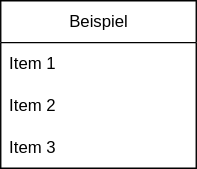
Above: docs/diagramms/Datenbank.drawio.svg in AE12-Projekt-Gruppe-7/EvalPro (draw.io), before the change. Source tidied: cells renumbered, new cells last; positions are measured from the earlier drawing's top-left corner, leaving out a move shared by most shapes. Its diagram source:
```xml
<mxGraphModel>
  <root>
    <mxCell id="0" />
    <mxCell id="1" parent="0" />
    <mxCell id="2" value="Beispiel" style="swimlane;fontStyle=0;horizontal=1;startSize=30;whiteSpace=wrap;html=1;" parent="1" vertex="1">
      <mxGeometry width="140" height="120" as="geometry" />
    </mxCell>
    <mxCell id="3" value="Item 1" style="text;strokeColor=none;fillColor=none;align=left;verticalAlign=middle;spacingLeft=4;spacingRight=4;overflow=hidden;whiteSpace=wrap;html=1;" parent="2" vertex="1">
      <mxGeometry y="30" width="140" height="30" as="geometry" />
    </mxCell>
    <mxCell id="4" value="Item 2" style="text;strokeColor=none;fillColor=none;align=left;verticalAlign=middle;spacingLeft=4;spacingRight=4;overflow=hidden;points=[[0,0.5],[1,0.5]];portConstraint=eastwest;whiteSpace=wrap;html=1;" parent="2" vertex="1">
      <mxGeometry y="60" width="140" height="30" as="geometry" />
    </mxCell>
    <mxCell id="5" value="Item 3" style="text;strokeColor=none;fillColor=none;align=left;verticalAlign=middle;spacingLeft=4;spacingRight=4;overflow=hidden;whiteSpace=wrap;html=1;" parent="2" vertex="1">
      <mxGeometry y="90" width="140" height="30" as="geometry" />
    </mxCell>
  </root>
</mxGraphModel>
```
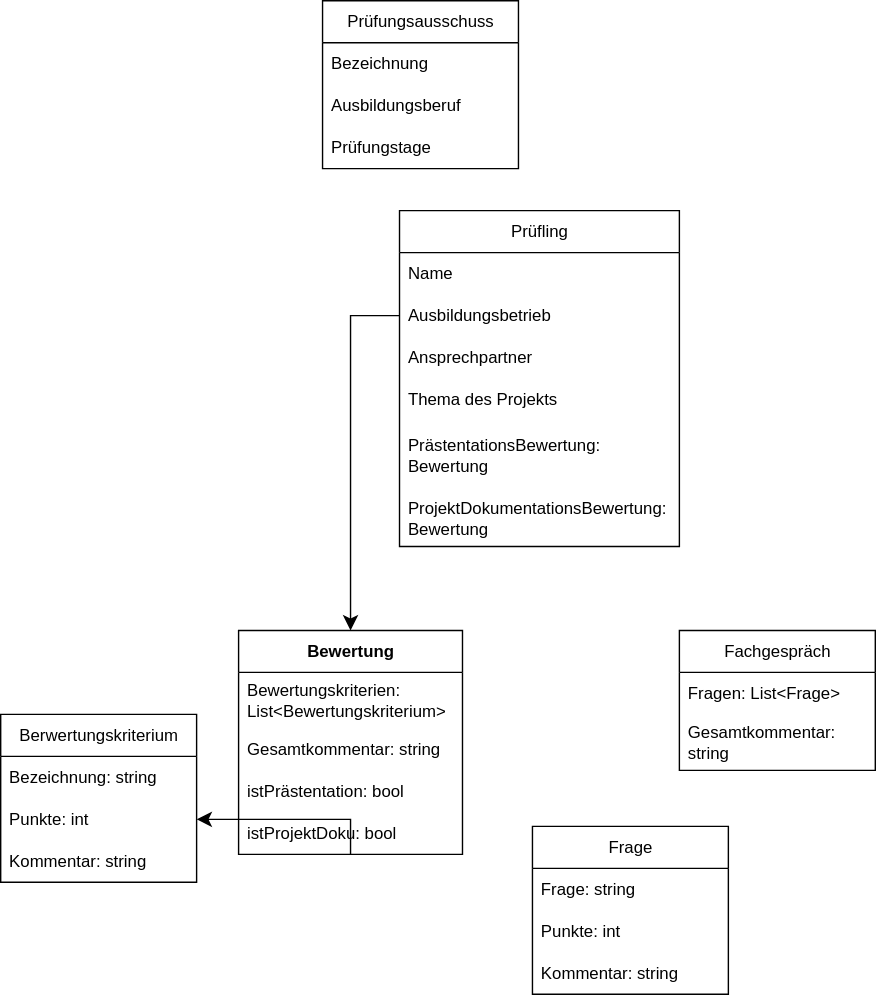
The same diagram one commit later.

What changed in the source:
```diff
@@ -2,17 +2,100 @@
   <root>
     <mxCell id="0" />
     <mxCell id="1" parent="0" />
-    <mxCell id="2" value="Beispiel" style="swimlane;fontStyle=0;horizontal=1;startSize=30;whiteSpace=wrap;html=1;" parent="1" vertex="1">
-      <mxGeometry width="140" height="120" as="geometry" />
+    <mxCell id="2" value="Prüfling" style="swimlane;fontStyle=0;horizontal=1;startSize=30;whiteSpace=wrap;html=1;labelBackgroundColor=none;" parent="1" vertex="1">
+      <mxGeometry width="200" height="240" as="geometry" />
     </mxCell>
-    <mxCell id="3" value="Item 1" style="text;strokeColor=none;fillColor=none;align=left;verticalAlign=middle;spacingLeft=4;spacingRight=4;overflow=hidden;whiteSpace=wrap;html=1;" parent="2" vertex="1">
-      <mxGeometry y="30" width="140" height="30" as="geometry" />
+    <mxCell id="3" value="Name" style="text;strokeColor=none;fillColor=none;align=left;verticalAlign=middle;spacingLeft=4;spacingRight=4;overflow=hidden;whiteSpace=wrap;html=1;labelBackgroundColor=none;" parent="2" vertex="1">
+      <mxGeometry y="30" width="200" height="30" as="geometry" />
     </mxCell>
-    <mxCell id="4" value="Item 2" style="text;strokeColor=none;fillColor=none;align=left;verticalAlign=middle;spacingLeft=4;spacingRight=4;overflow=hidden;points=[[0,0.5],[1,0.5]];portConstraint=eastwest;whiteSpace=wrap;html=1;" parent="2" vertex="1">
-      <mxGeometry y="60" width="140" height="30" as="geometry" />
+    <mxCell id="4" value="&lt;div&gt;Ausbildungsbetrieb&lt;span style=&quot;white-space: pre;&quot;&gt;&#9;&lt;/span&gt;&lt;span style=&quot;white-space: pre;&quot;&gt;&#9;&lt;/span&gt;&lt;/div&gt;" style="text;strokeColor=none;fillColor=none;align=left;verticalAlign=middle;spacingLeft=4;spacingRight=4;overflow=hidden;points=[[0,0.5],[1,0.5]];portConstraint=eastwest;whiteSpace=wrap;html=1;labelBackgroundColor=none;" parent="2" vertex="1">
+      <mxGeometry y="60" width="200" height="30" as="geometry" />
     </mxCell>
-    <mxCell id="5" value="Item 3" style="text;strokeColor=none;fillColor=none;align=left;verticalAlign=middle;spacingLeft=4;spacingRight=4;overflow=hidden;whiteSpace=wrap;html=1;" parent="2" vertex="1">
-      <mxGeometry y="90" width="140" height="30" as="geometry" />
+    <mxCell id="5" value="Ansprechpartner" style="text;strokeColor=none;fillColor=none;align=left;verticalAlign=middle;spacingLeft=4;spacingRight=4;overflow=hidden;whiteSpace=wrap;html=1;labelBackgroundColor=none;" parent="2" vertex="1">
+      <mxGeometry y="90" width="200" height="30" as="geometry" />
     </mxCell>
+    <mxCell id="6" value="Thema des Projekts" style="text;strokeColor=none;fillColor=none;align=left;verticalAlign=middle;spacingLeft=4;spacingRight=4;overflow=hidden;whiteSpace=wrap;html=1;labelBackgroundColor=none;" parent="2" vertex="1">
+      <mxGeometry y="120" width="200" height="30" as="geometry" />
+    </mxCell>
+    <mxCell id="7" value="PrästentationsBewertung: Bewertung" style="text;strokeColor=none;fillColor=none;align=left;verticalAlign=middle;spacingLeft=4;spacingRight=4;overflow=hidden;whiteSpace=wrap;html=1;labelBackgroundColor=none;" parent="2" vertex="1">
+      <mxGeometry y="150" width="200" height="50" as="geometry" />
+    </mxCell>
+    <mxCell id="8" value="ProjektDokumentationsBewertung: Bewertung" style="text;strokeColor=none;fillColor=none;align=left;verticalAlign=middle;spacingLeft=4;spacingRight=4;overflow=hidden;whiteSpace=wrap;html=1;labelBackgroundColor=none;" parent="2" vertex="1">
+      <mxGeometry y="200" width="200" height="40" as="geometry" />
+    </mxCell>
+    <mxCell id="9" value="&lt;div&gt;Prüfungsausschuss&lt;/div&gt;" style="swimlane;fontStyle=0;horizontal=1;startSize=30;whiteSpace=wrap;html=1;labelBackgroundColor=none;" parent="1" vertex="1">
+      <mxGeometry x="-55" y="-150" width="140" height="120" as="geometry" />
+    </mxCell>
+    <mxCell id="10" value="Bezeichnung" style="text;strokeColor=none;fillColor=none;align=left;verticalAlign=middle;spacingLeft=4;spacingRight=4;overflow=hidden;whiteSpace=wrap;html=1;labelBackgroundColor=none;" parent="9" vertex="1">
+      <mxGeometry y="30" width="140" height="30" as="geometry" />
+    </mxCell>
+    <mxCell id="11" value="Ausbildungsberuf" style="text;strokeColor=none;fillColor=none;align=left;verticalAlign=middle;spacingLeft=4;spacingRight=4;overflow=hidden;whiteSpace=wrap;html=1;labelBackgroundColor=none;" parent="9" vertex="1">
+      <mxGeometry y="60" width="140" height="30" as="geometry" />
+    </mxCell>
+    <mxCell id="12" value="Prüfungstage" style="text;strokeColor=none;fillColor=none;align=left;verticalAlign=middle;spacingLeft=4;spacingRight=4;overflow=hidden;whiteSpace=wrap;html=1;labelBackgroundColor=none;" parent="9" vertex="1">
+      <mxGeometry y="90" width="140" height="30" as="geometry" />
+    </mxCell>
+    <mxCell id="13" style="edgeStyle=none;curved=0;rounded=0;jettySize=auto;html=1;entryX=1;entryY=0.5;entryDx=0;entryDy=0;fontSize=12;startSize=8;endSize=8;labelBackgroundColor=none;fontColor=default;" parent="1" edge="1" source="14" target="28">
+      <mxGeometry relative="1" as="geometry">
+        <Array as="points">
+          <mxPoint x="-35" y="435" />
+        </Array>
+      </mxGeometry>
+    </mxCell>
+    <mxCell id="14" value="&lt;b&gt;Bewertung&lt;/b&gt;" style="swimlane;fontStyle=0;horizontal=1;startSize=30;whiteSpace=wrap;html=1;labelBackgroundColor=none;" parent="1" vertex="1">
+      <mxGeometry x="-115" y="300" width="160" height="160" as="geometry" />
+    </mxCell>
+    <mxCell id="15" value="&lt;div&gt;Bewertungskriterien: List&amp;lt;Bewertungskriterium&amp;gt;&lt;/div&gt;" style="text;strokeColor=none;fillColor=none;align=left;verticalAlign=middle;spacingLeft=4;spacingRight=4;overflow=hidden;whiteSpace=wrap;html=1;labelBackgroundColor=none;" parent="14" vertex="1">
+      <mxGeometry y="30" width="160" height="40" as="geometry" />
+    </mxCell>
+    <mxCell id="16" value="&lt;div&gt;Gesamtkommentar: string&lt;/div&gt;" style="text;strokeColor=none;fillColor=none;align=left;verticalAlign=middle;spacingLeft=4;spacingRight=4;overflow=hidden;whiteSpace=wrap;html=1;labelBackgroundColor=none;" parent="14" vertex="1">
+      <mxGeometry y="70" width="160" height="30" as="geometry" />
+    </mxCell>
+    <mxCell id="17" value="&lt;div&gt;istPrästentation: bool&lt;/div&gt;" style="text;strokeColor=none;fillColor=none;align=left;verticalAlign=middle;spacingLeft=4;spacingRight=4;overflow=hidden;whiteSpace=wrap;html=1;labelBackgroundColor=none;" parent="14" vertex="1">
+      <mxGeometry y="100" width="160" height="30" as="geometry" />
+    </mxCell>
+    <mxCell id="18" value="istProjektDoku: bool" style="text;strokeColor=none;fillColor=none;align=left;verticalAlign=middle;spacingLeft=4;spacingRight=4;overflow=hidden;whiteSpace=wrap;html=1;labelBackgroundColor=none;" parent="14" vertex="1">
+      <mxGeometry y="130" width="160" height="30" as="geometry" />
+    </mxCell>
+    <mxCell id="19" value="Fachgespräch" style="swimlane;fontStyle=0;horizontal=1;startSize=30;whiteSpace=wrap;html=1;perimeterSpacing=11;fontSize=12;labelBackgroundColor=none;" parent="1" vertex="1">
+      <mxGeometry x="200" y="300" width="140" height="100" as="geometry" />
+    </mxCell>
+    <mxCell id="20" value="Fragen: List&amp;lt;Frage&amp;gt;" style="text;strokeColor=none;fillColor=none;align=left;verticalAlign=middle;spacingLeft=4;spacingRight=4;overflow=hidden;whiteSpace=wrap;html=1;labelBackgroundColor=none;" parent="19" vertex="1">
+      <mxGeometry y="30" width="140" height="30" as="geometry" />
+    </mxCell>
+    <mxCell id="21" value="&lt;div&gt;Gesamtkommentar: string&lt;/div&gt;" style="text;strokeColor=none;fillColor=none;align=left;verticalAlign=middle;spacingLeft=4;spacingRight=4;overflow=hidden;whiteSpace=wrap;html=1;labelBackgroundColor=none;" parent="19" vertex="1">
+      <mxGeometry y="60" width="140" height="40" as="geometry" />
+    </mxCell>
+    <mxCell id="22" value="Frage" style="swimlane;fontStyle=0;horizontal=1;startSize=30;whiteSpace=wrap;html=1;labelBackgroundColor=none;" parent="1" vertex="1">
+      <mxGeometry x="95" y="440" width="140" height="120" as="geometry" />
+    </mxCell>
+    <mxCell id="23" value="Frage: string" style="text;strokeColor=none;fillColor=none;align=left;verticalAlign=middle;spacingLeft=4;spacingRight=4;overflow=hidden;whiteSpace=wrap;html=1;labelBackgroundColor=none;" parent="22" vertex="1">
+      <mxGeometry y="30" width="140" height="30" as="geometry" />
+    </mxCell>
+    <mxCell id="24" value="Punkte: int" style="text;strokeColor=none;fillColor=none;align=left;verticalAlign=middle;spacingLeft=4;spacingRight=4;overflow=hidden;whiteSpace=wrap;html=1;labelBackgroundColor=none;" parent="22" vertex="1">
+      <mxGeometry y="60" width="140" height="30" as="geometry" />
+    </mxCell>
+    <mxCell id="25" value="Kommentar: string" style="text;strokeColor=none;fillColor=none;align=left;verticalAlign=middle;spacingLeft=4;spacingRight=4;overflow=hidden;whiteSpace=wrap;html=1;labelBackgroundColor=none;" parent="22" vertex="1">
+      <mxGeometry y="90" width="140" height="30" as="geometry" />
+    </mxCell>
+    <mxCell id="26" value="Berwertungskriterium" style="swimlane;fontStyle=0;horizontal=1;startSize=30;whiteSpace=wrap;html=1;labelBackgroundColor=none;" parent="1" vertex="1">
+      <mxGeometry x="-285" y="360" width="140" height="120" as="geometry" />
+    </mxCell>
+    <mxCell id="27" value="Bezeichnung: string" style="text;strokeColor=none;fillColor=none;align=left;verticalAlign=middle;spacingLeft=4;spacingRight=4;overflow=hidden;whiteSpace=wrap;html=1;labelBackgroundColor=none;" parent="26" vertex="1">
+      <mxGeometry y="30" width="140" height="30" as="geometry" />
+    </mxCell>
+    <mxCell id="28" value="Punkte: int" style="text;strokeColor=none;fillColor=none;align=left;verticalAlign=middle;spacingLeft=4;spacingRight=4;overflow=hidden;points=[[0,0.5],[1,0.5]];portConstraint=eastwest;whiteSpace=wrap;html=1;labelBackgroundColor=none;" parent="26" vertex="1">
+      <mxGeometry y="60" width="140" height="30" as="geometry" />
+    </mxCell>
+    <mxCell id="29" value="Kommentar: string" style="text;strokeColor=none;fillColor=none;align=left;verticalAlign=middle;spacingLeft=4;spacingRight=4;overflow=hidden;whiteSpace=wrap;html=1;labelBackgroundColor=none;" parent="26" vertex="1">
+      <mxGeometry y="90" width="140" height="30" as="geometry" />
+    </mxCell>
+    <mxCell id="30" style="edgeStyle=none;curved=0;rounded=0;jettySize=auto;html=1;entryX=0.5;entryY=0;entryDx=0;entryDy=0;fontSize=12;startSize=8;endSize=8;exitX=0;exitY=0.5;exitDx=0;exitDy=0;labelBackgroundColor=none;fontColor=default;" parent="1" edge="1" source="4" target="14">
+      <mxGeometry relative="1" as="geometry">
+        <Array as="points">
+          <mxPoint x="-35" y="75" />
+        </Array>
+      </mxGeometry>
+    </mxCell>
   </root>
 </mxGraphModel>
```
